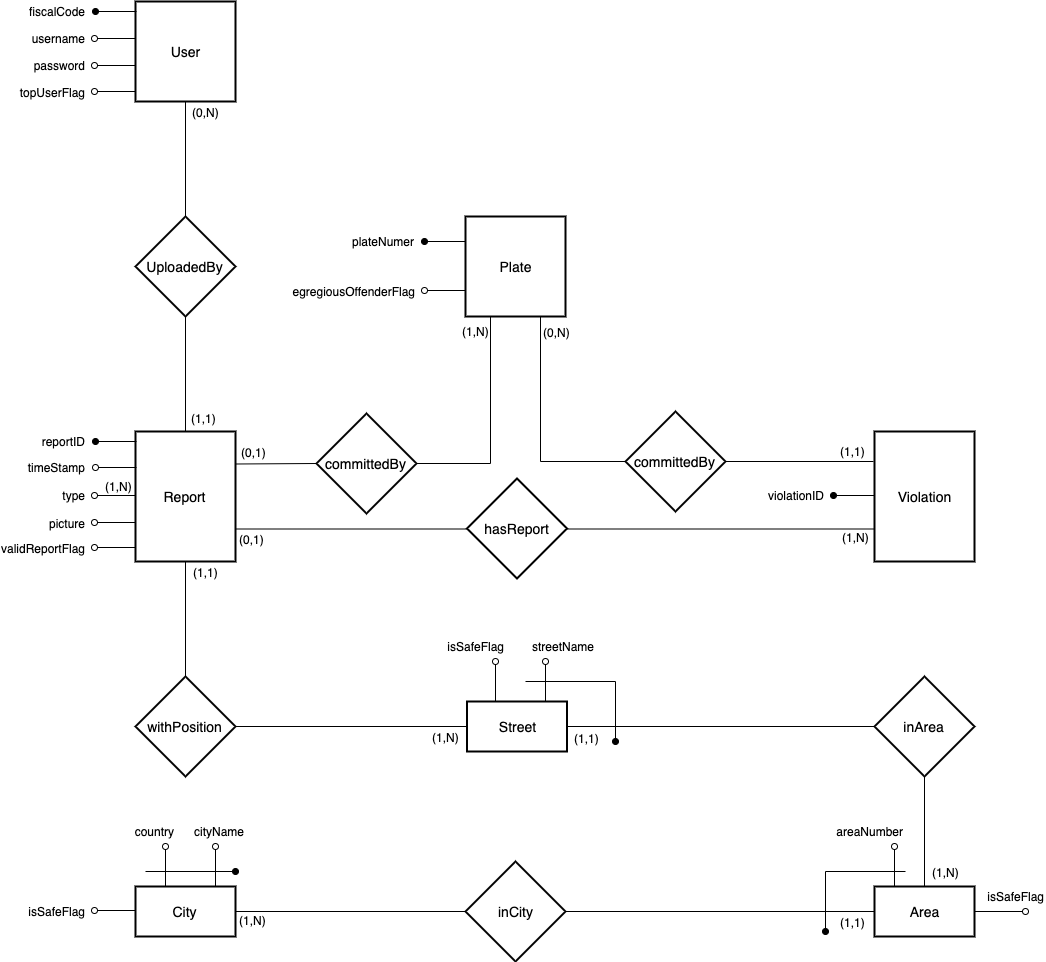
Above: Releases/DD/img/diagrams/DBComponent.png in amecava/safestreets (draw.io), before the change. Source tidied: cells renumbered, new cells last; positions are measured from the earlier drawing's top-left corner, leaving out a move shared by most shapes.
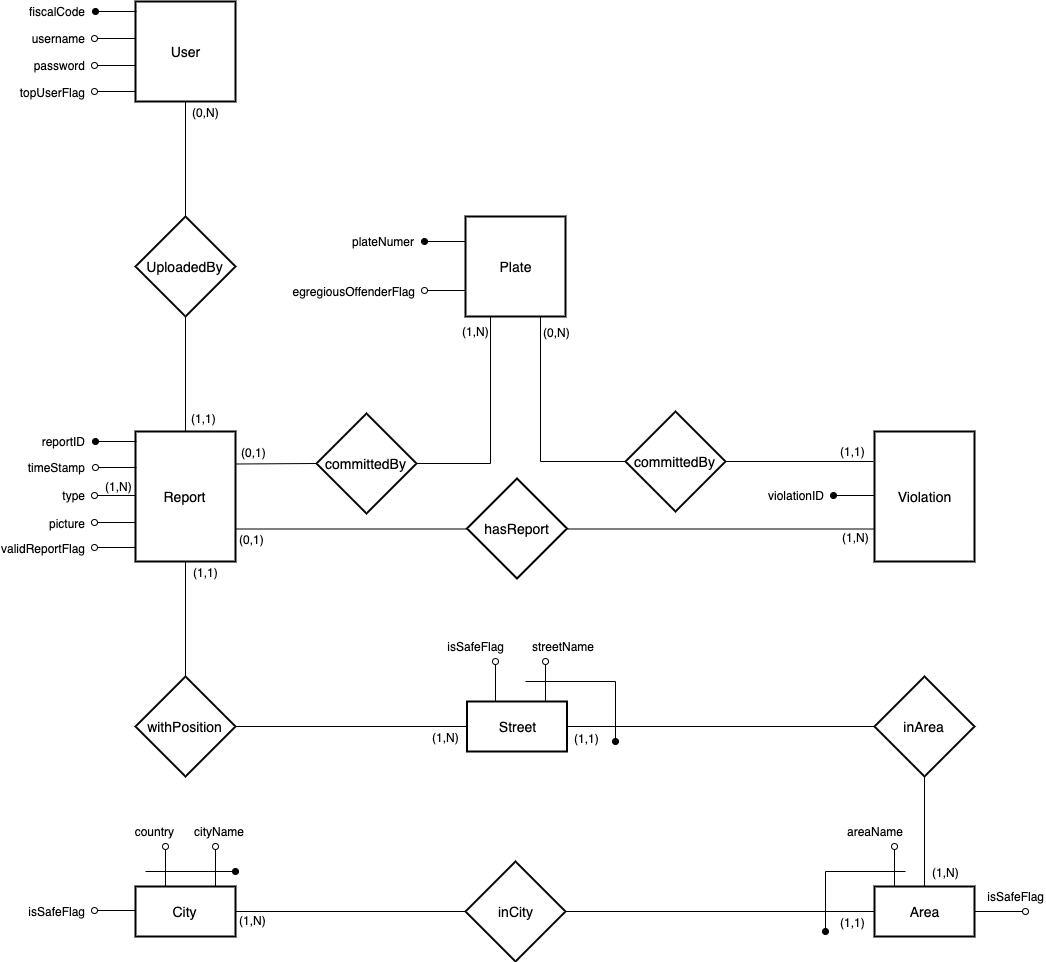
After the commit.

Commit message:
DBComponent description

The edit, as a diff of the source:
```diff
@@ -321,7 +321,7 @@
         <mxPoint x="848" y="845" as="targetPoint" />
       </mxGeometry>
     </mxCell>
-    <mxCell id="78" value="areaNumber" style="text;html=1;strokeColor=none;fillColor=none;align=right;verticalAlign=middle;whiteSpace=wrap;rounded=0;" parent="1" vertex="1">
+    <mxCell id="78" value="areaName" style="text;html=1;strokeColor=none;fillColor=none;align=right;verticalAlign=middle;whiteSpace=wrap;rounded=0;" parent="1" vertex="1">
       <mxGeometry x="818" y="820" width="40" height="20" as="geometry" />
     </mxCell>
     <mxCell id="79" style="endArrow=oval;html=1;endFill=0;exitX=1;exitY=0.5;exitDx=0;exitDy=0;" parent="1" edge="1" source="57">
```
